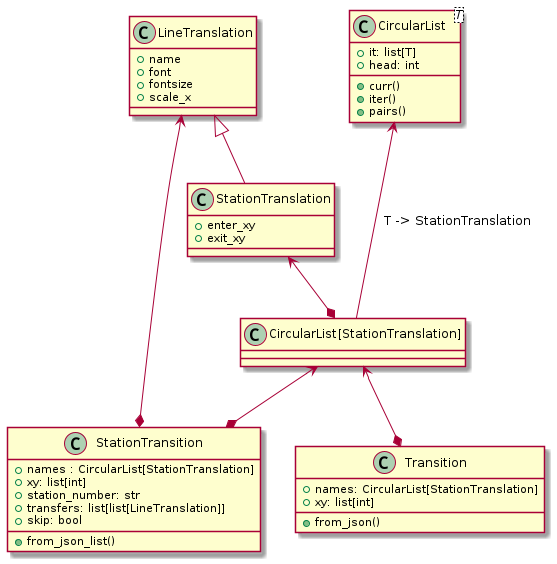
Earlier version of the PlantUML export settings/puml/render/classes.png (akazukin5151/metroani).
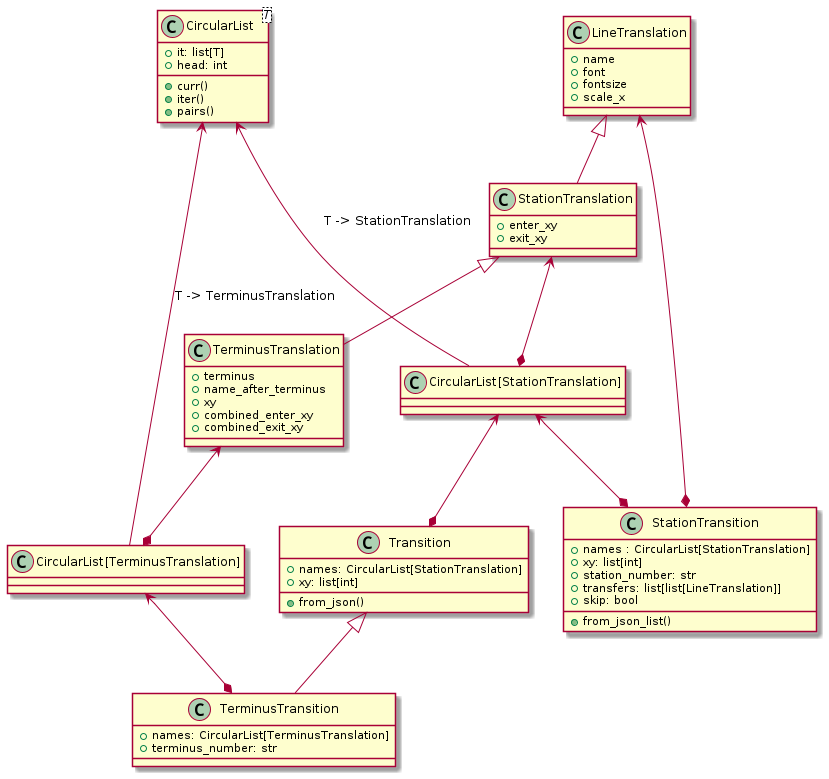
The same file after the commit.

What changed in the source:
```diff
@@ -10,6 +10,14 @@
 class StationTranslation extends LineTranslation {
     +enter_xy
     +exit_xy
+}
+
+class TerminusTranslation extends StationTranslation {
+    +terminus
+    +name_after_terminus
+    +xy
+    +combined_enter_xy
+    +combined_exit_xy
 }
 
 class CircularList<T> {
@@ -26,6 +34,11 @@
     +from_json()
 }
 
+class TerminusTransition extends Transition {
+    +names: CircularList[TerminusTranslation]
+    +terminus_number: str
+}
+
 class StationTransition {
     +names : CircularList[StationTranslation]
     +xy: list[int]
@@ -38,9 +51,13 @@
 
 "CircularList[StationTranslation]" --up-> CircularList: T -> StationTranslation
 "CircularList[StationTranslation]" *-up-> StationTranslation
+"CircularList[TerminusTranslation]" --up-> CircularList: T -> TerminusTranslation
+"CircularList[TerminusTranslation]" *-up-> TerminusTranslation
 
 Transition *-up-> "CircularList[StationTranslation]"
 StationTransition *-up-> "CircularList[StationTranslation]"
 StationTransition *-up--> LineTranslation
 
+TerminusTransition *-up-> "CircularList[TerminusTranslation]"
+
 @enduml
```
